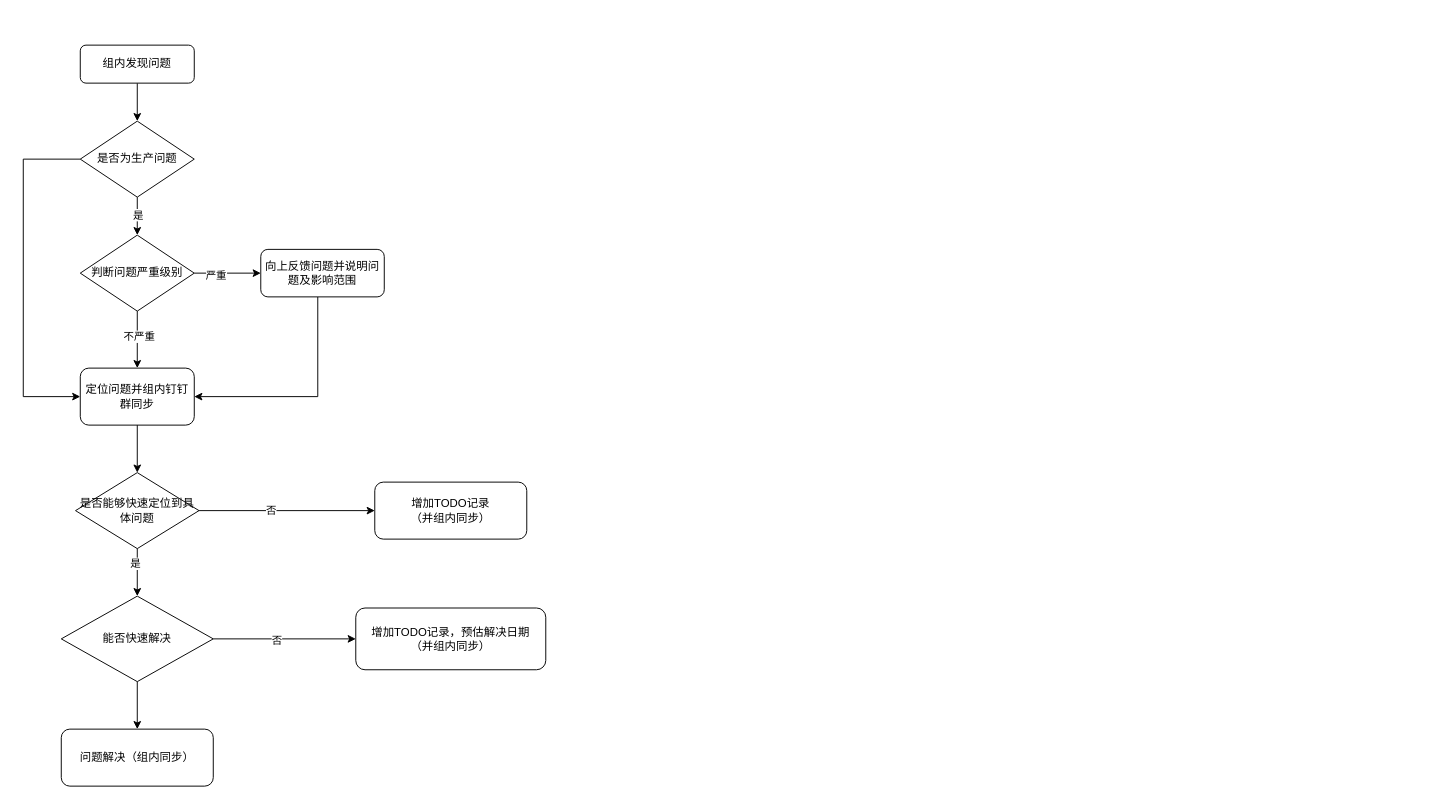
Before: page "问题类" (2 of 3) of 处理问题流程.drawio in cp0802/xueqqiu, a draw.io diagram. Source tidied: cells renumbered, new cells numbered last; positions are measured from the earlier drawing's top-left corner, leaving out a move shared by most shapes. Both pictures are drawn from the tidied source at 95%, with x=0, y=0 at pixel (23, 45).
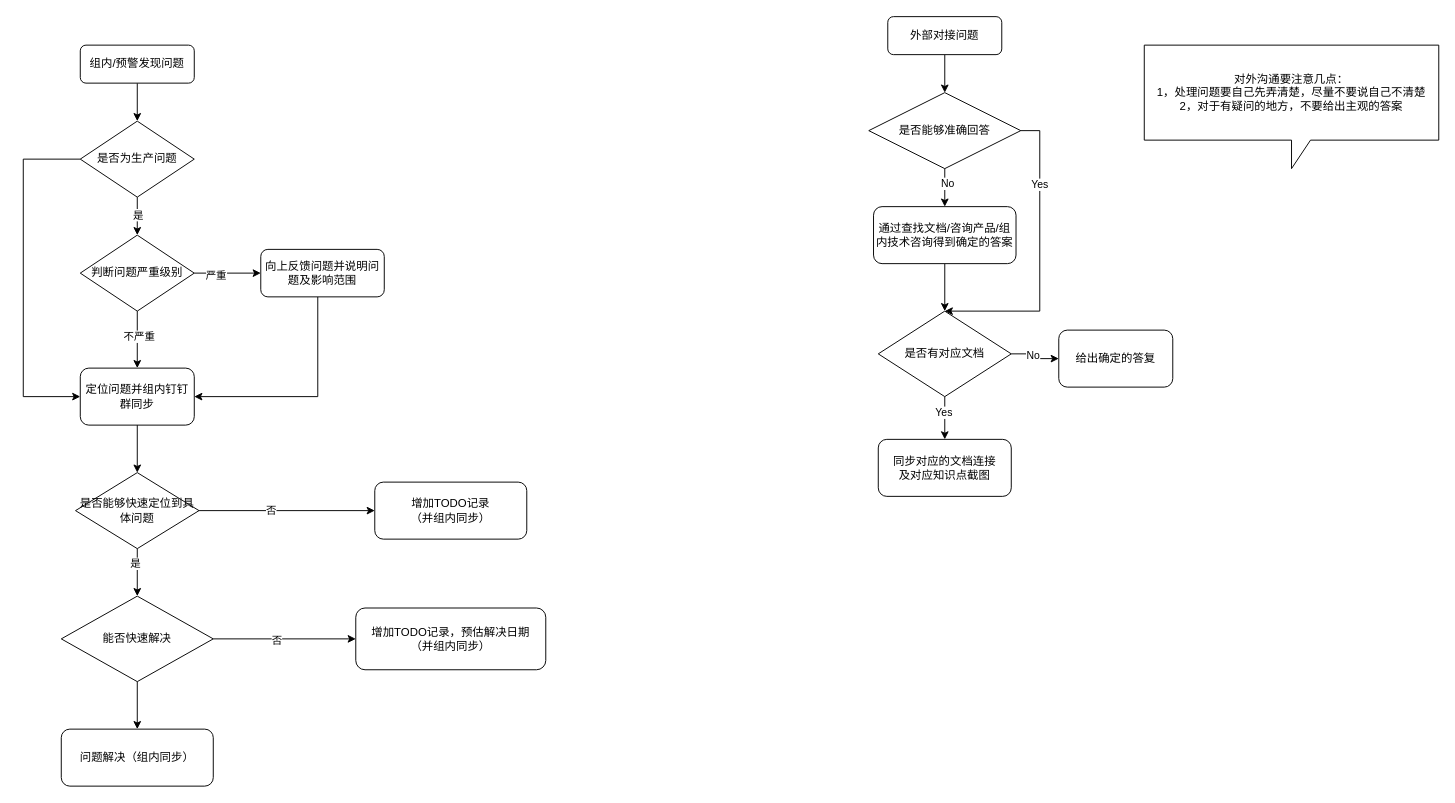
Above is the later version.

Commit message (it also covers changes not shown here):
Update 处理问题流程.drawio

What changed in the source:
```diff
@@
-    <mxCell id="3" value="组内发现问题" style="rounded=1;whiteSpace=wrap;html=1;" parent="1" vertex="1">
+    <mxCell id="3" value="组内/预警发现问题" style="rounded=1;whiteSpace=wrap;html=1;" parent="1" vertex="1">
       <mxGeometry x="60" width="120" height="40" as="geometry" />
     </mxCell>
@@
+    <mxCell id="29" style="edgeStyle=orthogonalEdgeStyle;rounded=0;jettySize=auto;html=1;" parent="1" edge="1" source="30" target="35">
+      <mxGeometry relative="1" as="geometry" />
+    </mxCell>
+    <mxCell id="30" value="外部对接问题" style="rounded=1;whiteSpace=wrap;html=1;" parent="1" vertex="1">
+      <mxGeometry x="910" y="-30" width="120" height="40" as="geometry" />
+    </mxCell>
+    <mxCell id="31" style="edgeStyle=orthogonalEdgeStyle;rounded=0;jettySize=auto;html=1;" parent="1" edge="1" source="35" target="44">
+      <mxGeometry relative="1" as="geometry" />
+    </mxCell>
+    <mxCell id="32" value="No" style="edgeLabel;html=1;align=center;verticalAlign=middle;" parent="31" vertex="1">
+      <mxGeometry x="-0.25" y="2" relative="1" as="geometry" />
+    </mxCell>
+    <mxCell id="33" style="edgeStyle=orthogonalEdgeStyle;rounded=0;jettySize=auto;html=1;exitX=1;exitY=0.5;exitDx=0;exitDy=0;" parent="1" edge="1" source="35" target="40">
+      <mxGeometry relative="1" as="geometry">
+        <Array as="points">
+          <mxPoint x="1070" y="90" />
+          <mxPoint x="1070" y="280" />
+        </Array>
+      </mxGeometry>
+    </mxCell>
+    <mxCell id="34" value="Yes" style="edgeLabel;html=1;align=center;verticalAlign=middle;" parent="33" vertex="1">
+      <mxGeometry x="-0.51" y="-1" relative="1" as="geometry" />
+    </mxCell>
+    <mxCell id="35" value="是否能够准确回答" style="rhombus;whiteSpace=wrap;html=1;" parent="1" vertex="1">
+      <mxGeometry x="890" y="50" width="160" height="80" as="geometry" />
+    </mxCell>
+    <mxCell id="36" style="edgeStyle=orthogonalEdgeStyle;rounded=0;jettySize=auto;html=1;entryX=0.5;entryY=0;entryDx=0;entryDy=0;" parent="1" edge="1" source="40" target="41">
+      <mxGeometry relative="1" as="geometry" />
+    </mxCell>
+    <mxCell id="37" value="Yes" style="edgeLabel;html=1;align=center;verticalAlign=middle;" parent="36" vertex="1">
+      <mxGeometry x="-0.3" y="-2" relative="1" as="geometry" />
+    </mxCell>
+    <mxCell id="38" style="edgeStyle=orthogonalEdgeStyle;rounded=0;jettySize=auto;html=1;exitX=1;exitY=0.5;exitDx=0;exitDy=0;entryX=0;entryY=0.5;entryDx=0;entryDy=0;" parent="1" edge="1" source="40" target="42">
+      <mxGeometry relative="1" as="geometry" />
+    </mxCell>
+    <mxCell id="39" value="No" style="edgeLabel;html=1;align=center;verticalAlign=middle;" parent="38" vertex="1">
+      <mxGeometry x="-0.2" y="-1" relative="1" as="geometry" />
+    </mxCell>
+    <mxCell id="40" value="是否有对应文档" style="rhombus;whiteSpace=wrap;html=1;" parent="1" vertex="1">
+      <mxGeometry x="900" y="280" width="140" height="90" as="geometry" />
+    </mxCell>
+    <mxCell id="41" value="同步对应的文档连接&lt;br&gt;及对应知识点截图" style="rounded=1;whiteSpace=wrap;html=1;" parent="1" vertex="1">
+      <mxGeometry x="900" y="415" width="140" height="60" as="geometry" />
+    </mxCell>
+    <mxCell id="42" value="给出确定的答复" style="rounded=1;whiteSpace=wrap;html=1;" parent="1" vertex="1">
+      <mxGeometry x="1090" y="300" width="120" height="60" as="geometry" />
+    </mxCell>
+    <mxCell id="43" style="edgeStyle=orthogonalEdgeStyle;rounded=0;jettySize=auto;html=1;" parent="1" edge="1" source="44" target="40">
+      <mxGeometry relative="1" as="geometry" />
+    </mxCell>
+    <mxCell id="44" value="通过查找文档/咨询产品/组内技术咨询得到确定的答案" style="rounded=1;whiteSpace=wrap;html=1;" parent="1" vertex="1">
+      <mxGeometry x="895" y="170" width="150" height="60" as="geometry" />
+    </mxCell>
+    <mxCell id="45" value="对外沟通要注意几点：&lt;br&gt;1，&lt;span style=&quot;font-family: &amp;#34;pingfang sc&amp;#34;&quot;&gt;处理问题要自己先弄清楚，尽量不要说自己不清楚&lt;br&gt;2，对于有疑问的地方，不要给出主观的答案&lt;br&gt;&lt;/span&gt;" style="shape=callout;whiteSpace=wrap;html=1;perimeter=calloutPerimeter;" parent="1" vertex="1">
+      <mxGeometry x="1180" width="310" height="130" as="geometry" />
+    </mxCell>
```
